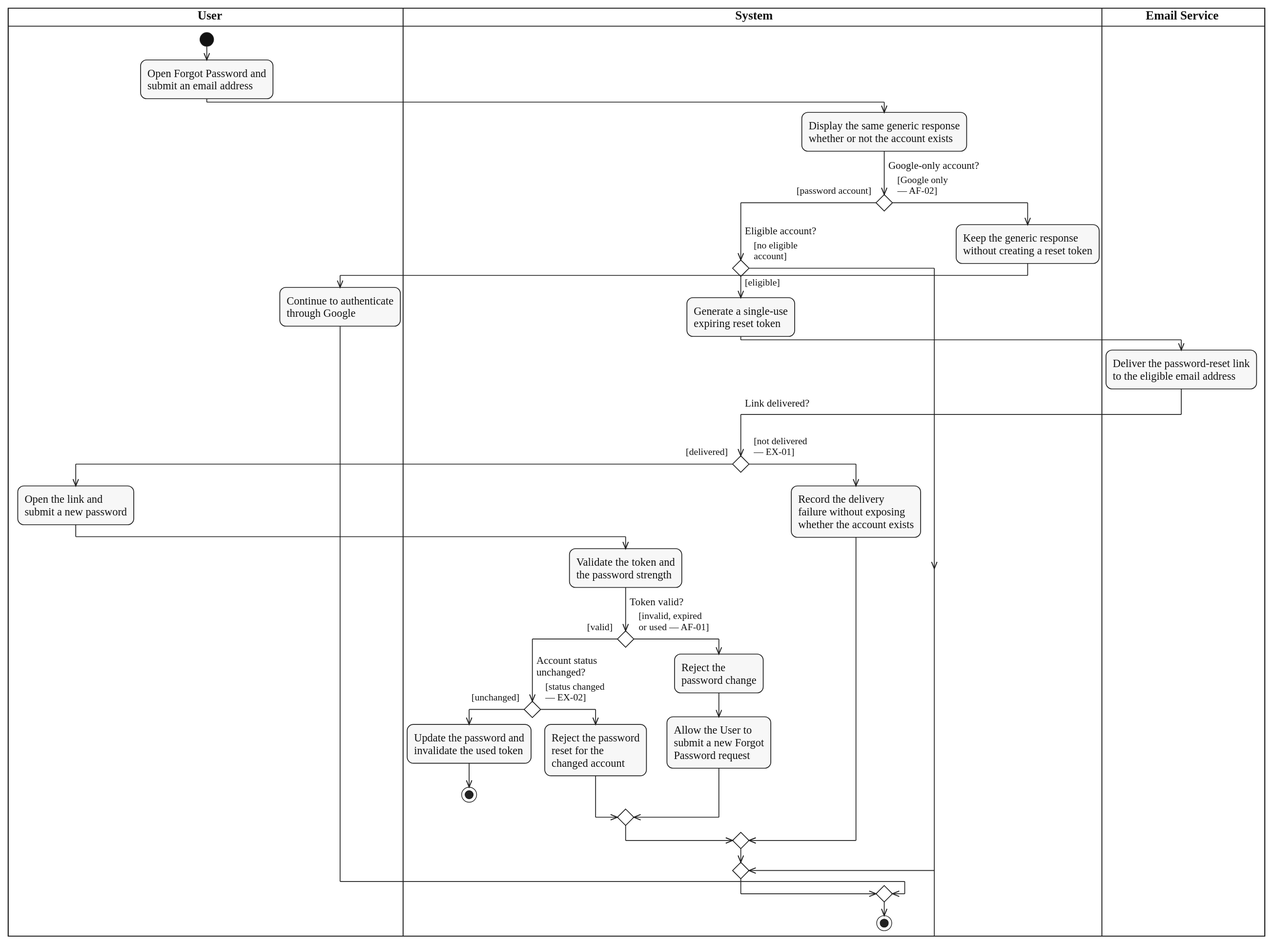
Before: diagrams/activity/account-authentication/svg/UC-PASSWORD-RESET.svg, a diagram exported from PlantUML (lukenab/swd392-doc-automation). Its source is kept beside it as diagrams/activity/account-authentication/source/UC-PASSWORD-RESET.puml.
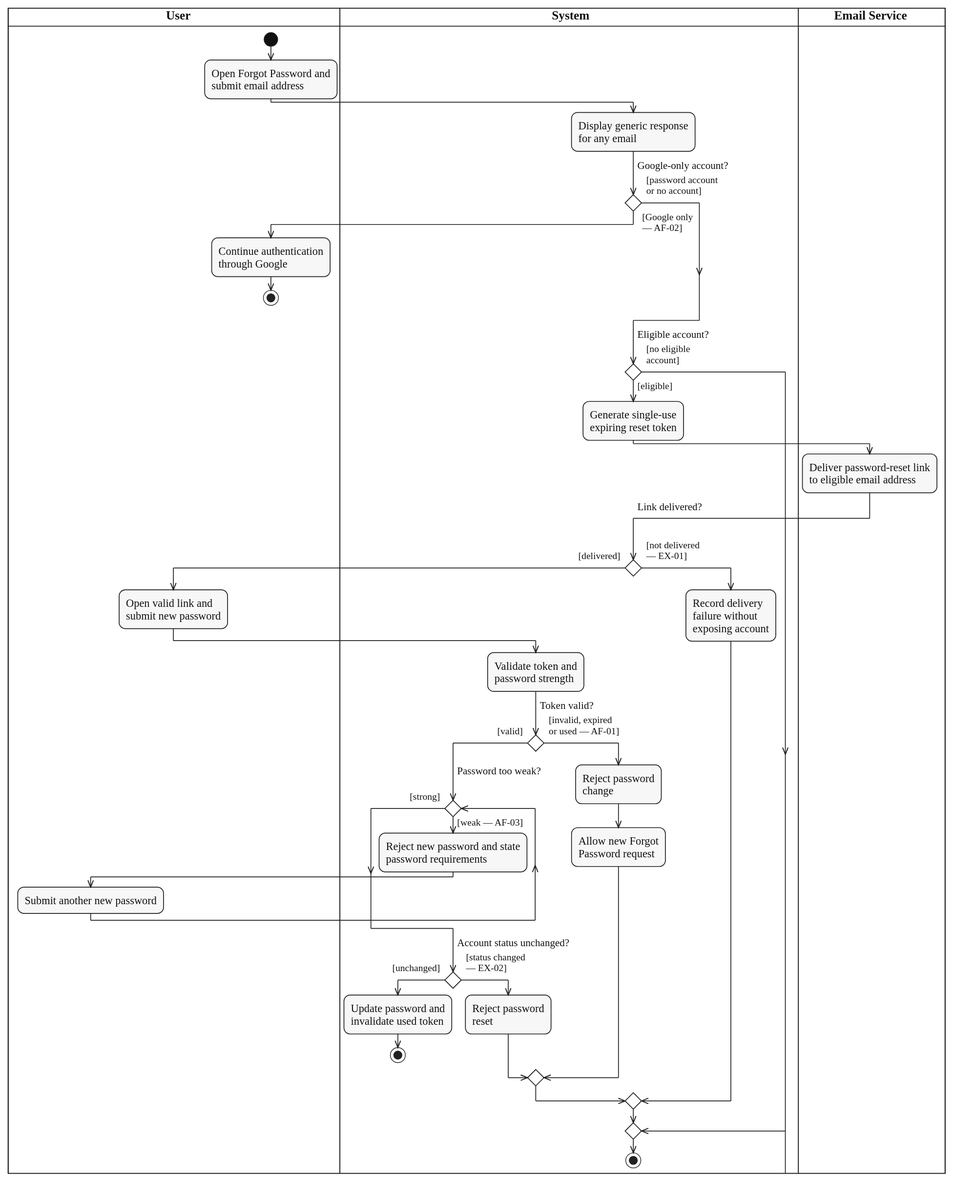
After the change.

Change to the diagram source:
```diff
@@ -7,55 +7,60 @@
 |USR|
 start
 :Open Forgot Password and
-submit an email address;
+submit email address;
 |SYS|
-:Display the same generic response
-whether or not the account exists;
-if ($question("Google-only account?")) then ($guard_left("[password account]"))
-  if ($question("Eligible account?")) then ($guard_left("[eligible]"))
-    :Generate a single-use
-    expiring reset token;
-    |EML|
-    :Deliver the password-reset link
-    to the eligible email address;
+:Display generic response
+for any email;
+if ($question("Google-only account?")) then ($guard_right("[Google only", "— AF-02]"))
+  |USR|
+  :Continue authentication
+  through Google;
+  stop
+else ($guard_right("[password account", "or no account]"))
+endif
+|SYS|
+if ($question("Eligible account?")) then ($guard_left("[eligible]"))
+  :Generate single-use
+  expiring reset token;
+  |EML|
+  :Deliver password-reset link
+  to eligible email address;
+  |SYS|
+  if ($question_x("Link delivered?")) then ($guard_left("[delivered]"))
+    |USR|
+    :Open valid link and
+    submit new password;
     |SYS|
-    if ($question_x("Link delivered?")) then ($guard_left("[delivered]"))
-      |USR|
-      :Open the link and
-      submit a new password;
-      |SYS|
-      :Validate the token and
-      the password strength;
-      if ($question("Token valid?")) then ($guard_left("[valid]"))
-        if ($question("Account status\nunchanged?")) then ($guard_left("[unchanged]"))
-          :Update the password and
-          invalidate the used token;
-          stop
-        else ($guard_right("[status changed", "— EX-02]"))
-          :Reject the password
-          reset for the
-          changed account;
-        endif
-      else ($guard_right("[invalid, expired", "or used — AF-01]"))
-        :Reject the
-        password change;
-        :Allow the User to
-        submit a new Forgot
-        Password request;
+    :Validate token and
+    password strength;
+    if ($question("Token valid?")) then ($guard_left("[valid]"))
+      while ($question("Password too weak?")) is ($guard_left("[weak — AF-03]"))
+        :Reject new password and state
+        password requirements;
+        |USR|
+        :Submit another new password;
+        |SYS|
+      endwhile ($guard("[strong]"))
+      if ($question("Account status unchanged?")) then ($guard_left("[unchanged]"))
+        :Update password and
+        invalidate used token;
+        stop
+      else ($guard_right("[status changed", "— EX-02]"))
+        :Reject password
+        reset;
       endif
-    else ($guard_right("[not delivered", "— EX-01]"))
-      :Record the delivery
-      failure without exposing
-      whether the account exists;
+    else ($guard_right("[invalid, expired", "or used — AF-01]"))
+      :Reject password
+      change;
+      :Allow new Forgot
+      Password request;
     endif
-  else ($guard_right("[no eligible", "account]"))
+  else ($guard_right("[not delivered", "— EX-01]"))
+    :Record delivery
+    failure without
+    exposing account;
   endif
-else ($guard_right("[Google only", "— AF-02]"))
-  :Keep the generic response
-  without creating a reset token;
-  |USR|
-  :Continue to authenticate
-  through Google;
+else ($guard_right("[no eligible", "account]"))
 endif
 |SYS|
 stop
```
